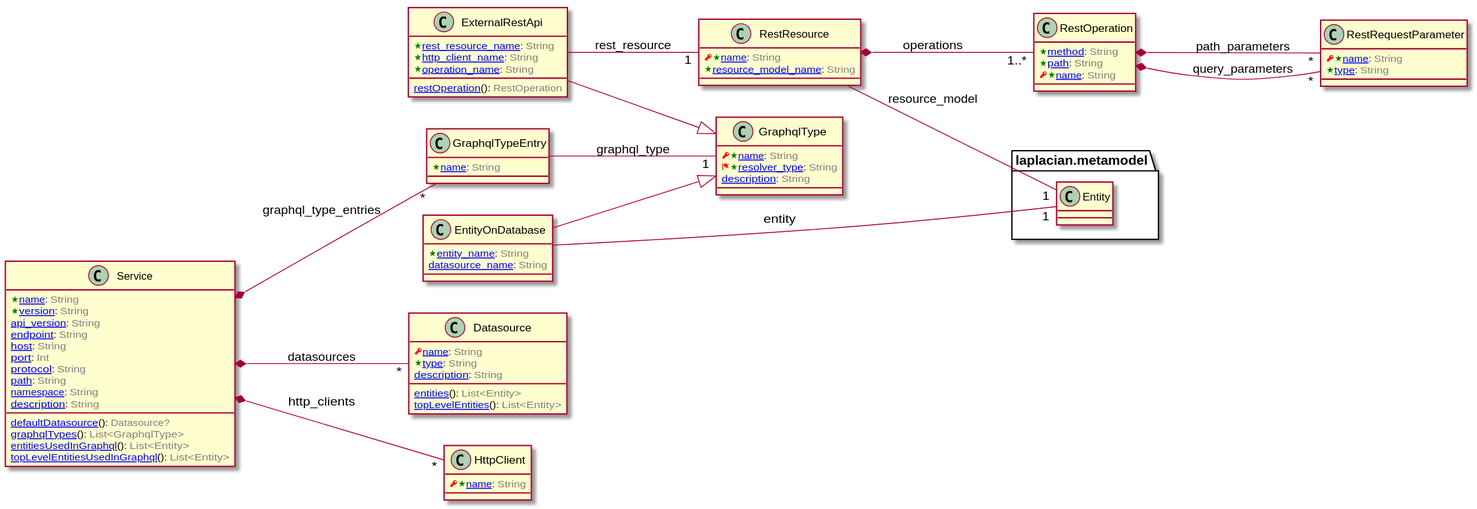
Before: doc/image/model-diagram.svg, a diagram exported from PlantUML (laplacian-arch/api-service.domain-model).
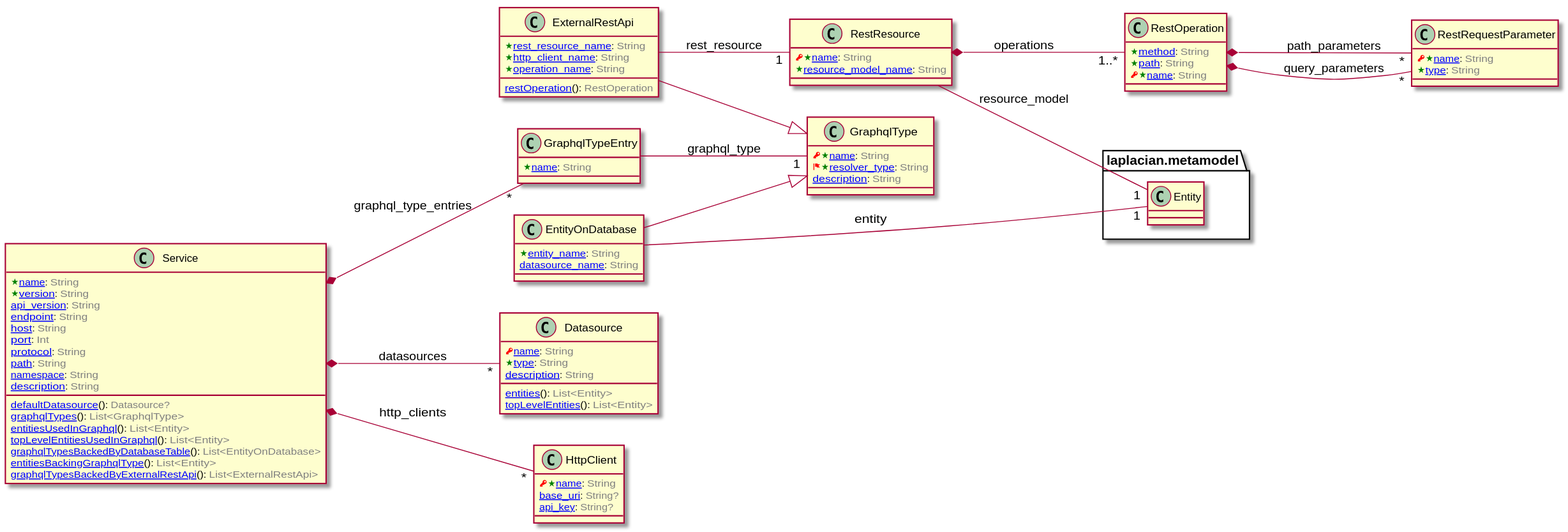
The same file after the commit.

Commit message:
add some properties to the http client model

Change to the diagram source:
```diff
@@ -127,6 +127,9 @@
   [[/blob/master/doc/entities/Service.md#graphql_types-listGraphqlType graphqlTypes]](): <color:GRAY>List<GraphqlType></color>
   [[/blob/master/doc/entities/Service.md#entities_used_in_graphql-listEntity entitiesUsedInGraphql]](): <color:GRAY>List<Entity></color>
   [[/blob/master/doc/entities/Service.md#top_level_entities_used_in_graphql-listEntity topLevelEntitiesUsedInGraphql]](): <color:GRAY>List<Entity></color>
+  [[/blob/master/doc/entities/Service.md#graphql_types_backed_by_database_table-listEntityOnDatabase graphqlTypesBackedByDatabaseTable]](): <color:GRAY>List<EntityOnDatabase></color>
+  [[/blob/master/doc/entities/Service.md#entitiesBackingGraphqlType-listEntity entitiesBackingGraphqlType]](): <color:GRAY>List<Entity></color>
+  [[/blob/master/doc/entities/Service.md#graphqlTypesBackedByExternalRestApi-listExternalRestApi graphqlTypesBackedByExternalRestApi]](): <color:GRAY>List<ExternalRestApi></color>
 }
 
 
@@ -180,6 +183,8 @@
 
 class HttpClient [[/blob/master/doc/entities/HttpClient.md]] {
   <color:RED><&key></color><color:Green><&star></color>[[/blob/master/doc/entities/HttpClient.md#name-string name]]: <color:GRAY>String</color>
+  [[/blob/master/doc/entities/HttpClient.md#base_uri-string base_uri]]: <color:GRAY>String?</color>
+  [[/blob/master/doc/entities/HttpClient.md#api_key-string api_key]]: <color:GRAY>String?</color>
 }
 
 
```
